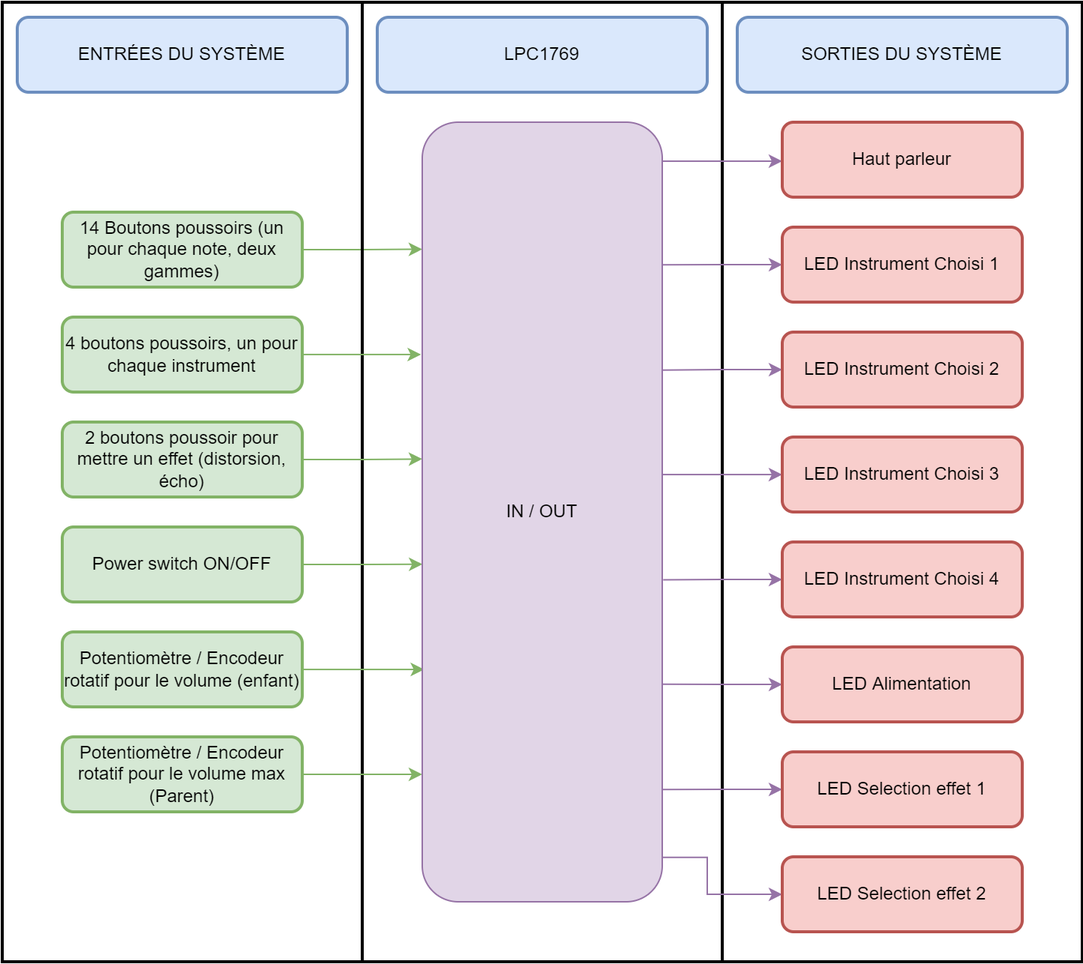
This is Schemas/Schema_Input_Out_v2.png from Ithoh/ProjetSynthe, a draw.io export, as it was before one commit. Source tidied: cells renumbered, new cells last; positions are measured from the earlier drawing's top-left corner, leaving out a move shared by most shapes.
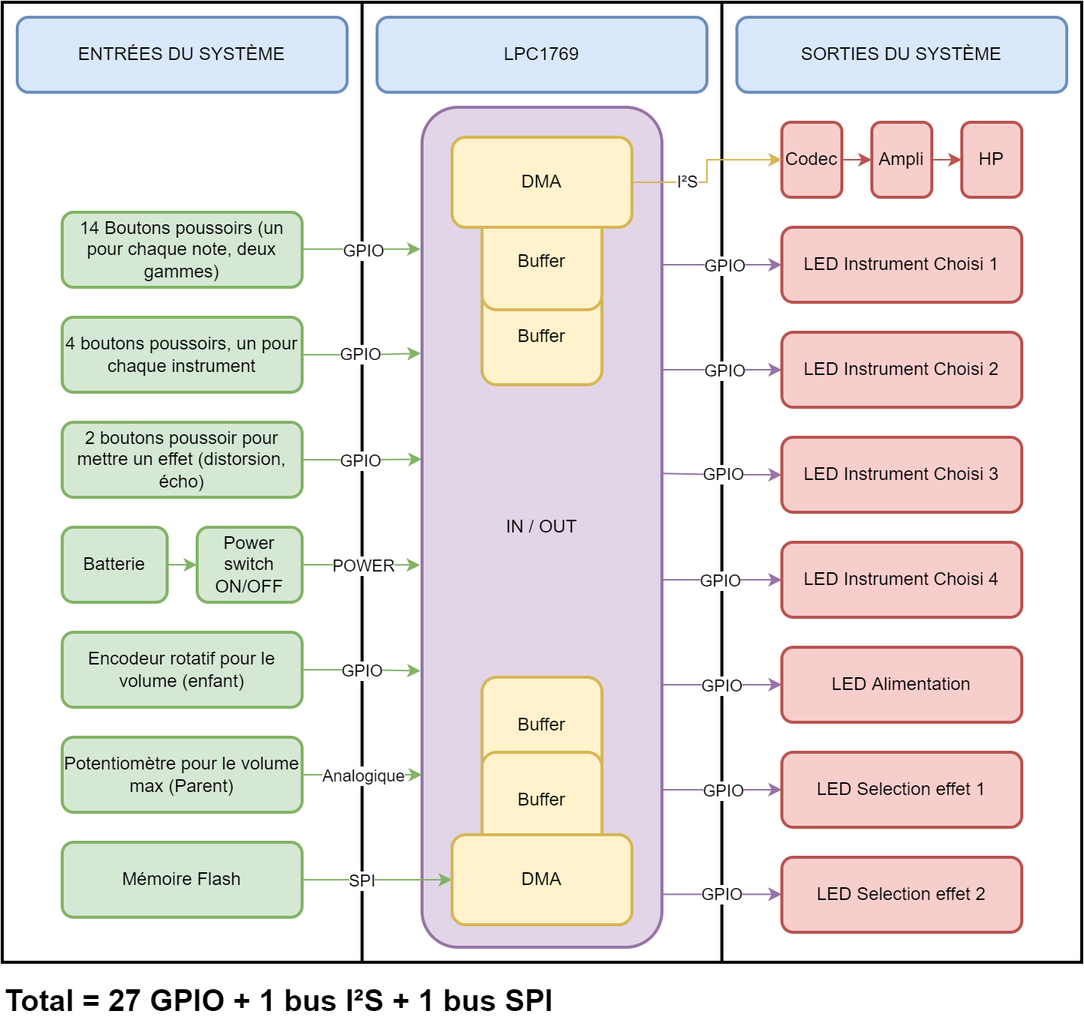
Later version of the same file.

What changed in the source:
```diff
@@ -16,4 +16,8 @@
     </mxCell>
-    <mxCell id="6" style="edgeStyle=orthogonalEdgeStyle;rounded=0;jettySize=auto;html=1;entryX=0;entryY=0.163;entryDx=0;entryDy=0;entryPerimeter=0;fillColor=#d5e8d4;strokeColor=#82b366;" parent="1" edge="1" source="7" target="36">
-      <mxGeometry relative="1" as="geometry" />
+    <mxCell id="6" style="edgeStyle=orthogonalEdgeStyle;rounded=0;jettySize=auto;html=1;entryX=0;entryY=0.169;entryDx=0;entryDy=0;entryPerimeter=0;startArrow=none;startFill=0;endArrow=classic;endFill=1;fillColor=#d5e8d4;strokeColor=#82b366;" parent="1" edge="1" source="7" target="36">
+      <mxGeometry relative="1" as="geometry">
+        <Array as="points">
+          <mxPoint x="279" y="165" />
+        </Array>
+      </mxGeometry>
     </mxCell>
@@ -25,5 +29,15 @@
     </mxCell>
+    <mxCell id="37" value="GPIO" style="edgeLabel;html=1;align=center;verticalAlign=middle;" parent="8" vertex="1">
+      <mxGeometry x="-0.53" y="-1" relative="1" as="geometry">
+        <mxPoint x="1" y="16" as="offset" />
+      </mxGeometry>
+    </mxCell>
-    <mxCell id="9" style="edgeStyle=orthogonalEdgeStyle;rounded=0;jettySize=auto;html=1;entryX=-0.005;entryY=0.298;entryDx=0;entryDy=0;entryPerimeter=0;fillColor=#d5e8d4;strokeColor=#82b366;" parent="1" edge="1" source="10" target="36">
+    <mxCell id="9" style="edgeStyle=orthogonalEdgeStyle;rounded=0;jettySize=auto;html=1;entryX=-0.005;entryY=0.293;entryDx=0;entryDy=0;entryPerimeter=0;startArrow=none;startFill=0;endArrow=classic;endFill=1;fillColor=#d5e8d4;strokeColor=#82b366;" parent="1" edge="1" source="10" target="36">
       <mxGeometry relative="1" as="geometry" />
     </mxCell>
+    <mxCell id="38" value="GPIO" style="edgeLabel;html=1;align=center;verticalAlign=middle;" parent="9" vertex="1">
+      <mxGeometry x="0.24" y="1" relative="1" as="geometry">
+        <mxPoint x="-10" y="1" as="offset" />
+      </mxGeometry>
+    </mxCell>
     <mxCell id="10" value="4 boutons poussoirs, un pour chaque instrument" style="rounded=1;whiteSpace=wrap;html=1;strokeColor=#82b366;strokeWidth=2;fillColor=#d5e8d4;" parent="1" vertex="1">
@@ -31,5 +45,10 @@
     </mxCell>
-    <mxCell id="11" style="edgeStyle=orthogonalEdgeStyle;rounded=0;jettySize=auto;html=1;entryX=0;entryY=0.432;entryDx=0;entryDy=0;entryPerimeter=0;fillColor=#d5e8d4;strokeColor=#82b366;" parent="1" edge="1" source="12" target="36">
+    <mxCell id="11" style="edgeStyle=orthogonalEdgeStyle;rounded=0;jettySize=auto;html=1;entryX=-0.001;entryY=0.419;entryDx=0;entryDy=0;entryPerimeter=0;startArrow=none;startFill=0;endArrow=classic;endFill=1;fillColor=#d5e8d4;strokeColor=#82b366;" parent="1" edge="1" source="12" target="36">
       <mxGeometry relative="1" as="geometry" />
     </mxCell>
+    <mxCell id="39" value="GPIO" style="edgeLabel;html=1;align=center;verticalAlign=middle;" parent="11" vertex="1">
+      <mxGeometry x="0.29" y="-2" relative="1" as="geometry">
+        <mxPoint x="-13" y="-1" as="offset" />
+      </mxGeometry>
+    </mxCell>
     <mxCell id="12" value="2 boutons poussoir pour mettre un effet (distorsion, écho)" style="rounded=1;whiteSpace=wrap;html=1;strokeColor=#82b366;strokeWidth=2;fillColor=#d5e8d4;" parent="1" vertex="1">
@@ -37,12 +56,25 @@
     </mxCell>
+    <mxCell id="40" style="edgeStyle=orthogonalEdgeStyle;rounded=0;jettySize=auto;html=1;fillColor=#d5e8d4;strokeColor=#82b366;startArrow=classic;startFill=1;endArrow=none;endFill=0;" parent="1" edge="1" source="14" target="60">
+      <mxGeometry relative="1" as="geometry" />
+    </mxCell>
-    <mxCell id="13" style="edgeStyle=orthogonalEdgeStyle;rounded=0;jettySize=auto;html=1;entryX=0.001;entryY=0.567;entryDx=0;entryDy=0;entryPerimeter=0;fillColor=#d5e8d4;strokeColor=#82b366;" parent="1" edge="1" source="14" target="36">
+    <mxCell id="13" style="edgeStyle=orthogonalEdgeStyle;rounded=0;jettySize=auto;html=1;entryX=-0.008;entryY=0.545;entryDx=0;entryDy=0;entryPerimeter=0;fillColor=#d5e8d4;strokeColor=#82b366;" parent="1" edge="1" source="14" target="36">
       <mxGeometry relative="1" as="geometry" />
     </mxCell>
+    <mxCell id="41" value="POWER" style="edgeLabel;html=1;align=center;verticalAlign=middle;" parent="13" vertex="1">
+      <mxGeometry x="0.31" y="2" relative="1" as="geometry">
+        <mxPoint x="-11" y="2" as="offset" />
+      </mxGeometry>
+    </mxCell>
     <mxCell id="14" value="Power switch ON/OFF" style="rounded=1;whiteSpace=wrap;html=1;strokeColor=#82b366;strokeWidth=2;fillColor=#d5e8d4;" parent="1" vertex="1">
-      <mxGeometry x="40" y="350" width="160" height="50" as="geometry" />
+      <mxGeometry x="130" y="350" width="70" height="50" as="geometry" />
     </mxCell>
-    <mxCell id="15" style="edgeStyle=orthogonalEdgeStyle;rounded=0;jettySize=auto;html=1;entryX=0.008;entryY=0.702;entryDx=0;entryDy=0;entryPerimeter=0;fillColor=#d5e8d4;strokeColor=#82b366;" parent="1" edge="1" source="16" target="36">
+    <mxCell id="15" style="edgeStyle=orthogonalEdgeStyle;rounded=0;jettySize=auto;html=1;entryX=-0.006;entryY=0.671;entryDx=0;entryDy=0;entryPerimeter=0;startArrow=none;startFill=0;endArrow=classic;endFill=1;fillColor=#d5e8d4;strokeColor=#82b366;" parent="1" edge="1" source="16" target="36">
       <mxGeometry relative="1" as="geometry" />
     </mxCell>
+    <mxCell id="42" value="GPIO" style="edgeLabel;html=1;align=center;verticalAlign=middle;" parent="15" vertex="1">
+      <mxGeometry x="-0.38" y="1" relative="1" as="geometry">
+        <mxPoint x="15" y="1" as="offset" />
+      </mxGeometry>
+    </mxCell>
-    <mxCell id="16" value="Potentiomètre / Encodeur rotatif pour le volume (enfant)" style="rounded=1;whiteSpace=wrap;html=1;strokeColor=#82b366;strokeWidth=2;fillColor=#d5e8d4;" parent="1" vertex="1">
+    <mxCell id="16" value="Encodeur rotatif pour le volume (enfant)" style="rounded=1;whiteSpace=wrap;html=1;strokeColor=#82b366;strokeWidth=2;fillColor=#d5e8d4;" parent="1" vertex="1">
       <mxGeometry x="40" y="420" width="160" height="50" as="geometry" />
@@ -54,19 +86,22 @@
     </mxCell>
+    <mxCell id="43" value="Analogique" style="edgeLabel;html=1;align=center;verticalAlign=middle;" parent="17" vertex="1">
+      <mxGeometry x="0.38" y="3" relative="1" as="geometry">
+        <mxPoint x="-15" y="3" as="offset" />
+      </mxGeometry>
+    </mxCell>
-    <mxCell id="18" value="Potentiomètre / Encodeur rotatif pour le volume max (Parent)" style="rounded=1;whiteSpace=wrap;html=1;strokeColor=#82b366;strokeWidth=2;fillColor=#d5e8d4;" parent="1" vertex="1">
+    <mxCell id="18" value="Potentiomètre pour le volume max (Parent)" style="rounded=1;whiteSpace=wrap;html=1;strokeColor=#82b366;strokeWidth=2;fillColor=#d5e8d4;" parent="1" vertex="1">
       <mxGeometry x="40" y="490" width="160" height="50" as="geometry" />
     </mxCell>
-    <mxCell id="19" style="edgeStyle=orthogonalEdgeStyle;rounded=0;jettySize=auto;html=1;entryX=0.997;entryY=0.05;entryDx=0;entryDy=0;entryPerimeter=0;fillColor=#e1d5e7;strokeColor=#9673a6;startArrow=classic;startFill=1;endArrow=none;endFill=0;" parent="1" edge="1" source="20" target="36">
-      <mxGeometry relative="1" as="geometry">
-        <Array as="points">
-          <mxPoint x="500" y="106" />
-          <mxPoint x="500" y="106" />
-        </Array>
-      </mxGeometry>
-    </mxCell>
-    <mxCell id="20" value="Haut parleur" style="rounded=1;whiteSpace=wrap;html=1;strokeColor=#b85450;strokeWidth=2;fillColor=#f8cecc;" parent="1" vertex="1">
-      <mxGeometry x="520" y="80" width="160" height="50" as="geometry" />
-    </mxCell>
     <mxCell id="21" style="edgeStyle=orthogonalEdgeStyle;rounded=0;jettySize=auto;html=1;entryX=0.998;entryY=0.183;entryDx=0;entryDy=0;entryPerimeter=0;startArrow=classic;startFill=1;endArrow=none;endFill=0;fillColor=#e1d5e7;strokeColor=#9673a6;" parent="1" edge="1" source="22" target="36">
-      <mxGeometry relative="1" as="geometry" />
+      <mxGeometry relative="1" as="geometry">
+        <Array as="points">
+          <mxPoint x="440" y="175" />
+        </Array>
+      </mxGeometry>
     </mxCell>
+    <mxCell id="44" value="GPIO" style="edgeLabel;html=1;align=center;verticalAlign=middle;" parent="21" vertex="1">
+      <mxGeometry x="-0.32" relative="1" as="geometry">
+        <mxPoint x="-10" as="offset" />
+      </mxGeometry>
+    </mxCell>
     <mxCell id="22" value="LED Instrument Choisi 1" style="rounded=1;whiteSpace=wrap;html=1;strokeColor=#b85450;strokeWidth=2;fillColor=#f8cecc;" parent="1" vertex="1">
@@ -74,5 +109,10 @@
     </mxCell>
-    <mxCell id="23" style="edgeStyle=orthogonalEdgeStyle;rounded=0;jettySize=auto;html=1;entryX=1.002;entryY=0.452;entryDx=0;entryDy=0;entryPerimeter=0;startArrow=classic;startFill=1;endArrow=none;endFill=0;fillColor=#e1d5e7;strokeColor=#9673a6;" parent="1" edge="1" source="24" target="36">
+    <mxCell id="23" style="edgeStyle=orthogonalEdgeStyle;rounded=0;jettySize=auto;html=1;entryX=1.002;entryY=0.436;entryDx=0;entryDy=0;entryPerimeter=0;startArrow=classic;startFill=1;endArrow=none;endFill=0;fillColor=#e1d5e7;strokeColor=#9673a6;" parent="1" edge="1" source="24" target="36">
       <mxGeometry relative="1" as="geometry" />
     </mxCell>
+    <mxCell id="45" value="GPIO" style="edgeLabel;html=1;align=center;verticalAlign=middle;" parent="23" vertex="1">
+      <mxGeometry x="0.25" relative="1" as="geometry">
+        <mxPoint x="10" as="offset" />
+      </mxGeometry>
+    </mxCell>
     <mxCell id="24" value="LED Instrument Choisi 3" style="rounded=1;whiteSpace=wrap;html=1;strokeColor=#b85450;strokeWidth=2;fillColor=#f8cecc;" parent="1" vertex="1">
@@ -81,4 +121,13 @@
     <mxCell id="25" style="edgeStyle=orthogonalEdgeStyle;rounded=0;jettySize=auto;html=1;entryX=0.993;entryY=0.318;entryDx=0;entryDy=0;entryPerimeter=0;startArrow=classic;startFill=1;endArrow=none;endFill=0;fillColor=#e1d5e7;strokeColor=#9673a6;" parent="1" edge="1" source="26" target="36">
-      <mxGeometry relative="1" as="geometry" />
+      <mxGeometry relative="1" as="geometry">
+        <Array as="points">
+          <mxPoint x="439" y="245" />
+        </Array>
+      </mxGeometry>
     </mxCell>
+    <mxCell id="46" value="GPIO" style="edgeLabel;html=1;align=center;verticalAlign=middle;" parent="25" vertex="1">
+      <mxGeometry x="-0.48" y="-2" relative="1" as="geometry">
+        <mxPoint x="-16" y="2" as="offset" />
+      </mxGeometry>
+    </mxCell>
     <mxCell id="26" value="LED Instrument Choisi 2" style="rounded=1;whiteSpace=wrap;html=1;strokeColor=#b85450;strokeWidth=2;fillColor=#f8cecc;" parent="1" vertex="1">
@@ -86,5 +135,14 @@
     </mxCell>
-    <mxCell id="27" style="edgeStyle=orthogonalEdgeStyle;rounded=0;jettySize=auto;html=1;entryX=1.004;entryY=0.587;entryDx=0;entryDy=0;entryPerimeter=0;startArrow=classic;startFill=1;endArrow=none;endFill=0;fillColor=#e1d5e7;strokeColor=#9673a6;" parent="1" edge="1" source="28" target="36">
-      <mxGeometry relative="1" as="geometry" />
+    <mxCell id="27" style="edgeStyle=orthogonalEdgeStyle;rounded=0;jettySize=auto;html=1;entryX=1.003;entryY=0.554;entryDx=0;entryDy=0;entryPerimeter=0;startArrow=classic;startFill=1;endArrow=none;endFill=0;fillColor=#e1d5e7;strokeColor=#9673a6;" parent="1" edge="1" source="28" target="36">
+      <mxGeometry relative="1" as="geometry">
+        <Array as="points">
+          <mxPoint x="440" y="385" />
+        </Array>
+      </mxGeometry>
     </mxCell>
+    <mxCell id="47" value="GPIO" style="edgeLabel;html=1;align=center;verticalAlign=middle;" parent="27" vertex="1">
+      <mxGeometry x="-0.31" relative="1" as="geometry">
+        <mxPoint x="-12" as="offset" />
+      </mxGeometry>
+    </mxCell>
     <mxCell id="28" value="LED Instrument Choisi 4" style="rounded=1;whiteSpace=wrap;html=1;strokeColor=#b85450;strokeWidth=2;fillColor=#f8cecc;" parent="1" vertex="1">
@@ -93,4 +151,13 @@
     <mxCell id="29" style="edgeStyle=orthogonalEdgeStyle;rounded=0;jettySize=auto;html=1;entryX=0.993;entryY=0.856;entryDx=0;entryDy=0;entryPerimeter=0;startArrow=classic;startFill=1;endArrow=none;endFill=0;fillColor=#e1d5e7;strokeColor=#9673a6;" parent="1" edge="1" source="30" target="36">
-      <mxGeometry relative="1" as="geometry" />
+      <mxGeometry relative="1" as="geometry">
+        <Array as="points">
+          <mxPoint x="439" y="525" />
+        </Array>
+      </mxGeometry>
     </mxCell>
+    <mxCell id="48" value="GPIO" style="edgeLabel;html=1;align=center;verticalAlign=middle;" parent="29" vertex="1">
+      <mxGeometry x="-0.42" y="-1" relative="1" as="geometry">
+        <mxPoint x="-9" y="1" as="offset" />
+      </mxGeometry>
+    </mxCell>
     <mxCell id="30" value="LED Selection effet 1" style="rounded=1;whiteSpace=wrap;html=1;strokeColor=#b85450;strokeWidth=2;fillColor=#f8cecc;" parent="1" vertex="1">
@@ -98,5 +165,14 @@
     </mxCell>
-    <mxCell id="31" style="edgeStyle=orthogonalEdgeStyle;rounded=0;jettySize=auto;html=1;entryX=1.003;entryY=0.721;entryDx=0;entryDy=0;entryPerimeter=0;startArrow=classic;startFill=1;endArrow=none;endFill=0;fillColor=#e1d5e7;strokeColor=#9673a6;" parent="1" edge="1" source="32" target="36">
-      <mxGeometry relative="1" as="geometry" />
+    <mxCell id="31" style="edgeStyle=orthogonalEdgeStyle;rounded=0;jettySize=auto;html=1;entryX=1.003;entryY=0.684;entryDx=0;entryDy=0;entryPerimeter=0;startArrow=classic;startFill=1;endArrow=none;endFill=0;fillColor=#e1d5e7;strokeColor=#9673a6;" parent="1" edge="1" source="32" target="36">
+      <mxGeometry relative="1" as="geometry">
+        <Array as="points">
+          <mxPoint x="441" y="455" />
+        </Array>
+      </mxGeometry>
     </mxCell>
+    <mxCell id="49" value="GPIO" style="edgeLabel;html=1;align=center;verticalAlign=middle;" parent="31" vertex="1">
+      <mxGeometry x="-0.25" y="1" relative="1" as="geometry">
+        <mxPoint x="-10" y="-1" as="offset" />
+      </mxGeometry>
+    </mxCell>
     <mxCell id="32" value="LED Alimentation" style="rounded=1;whiteSpace=wrap;html=1;strokeColor=#b85450;strokeWidth=2;fillColor=#f8cecc;" parent="1" vertex="1">
@@ -104,7 +180,6 @@
     </mxCell>
-    <mxCell id="33" style="edgeStyle=orthogonalEdgeStyle;rounded=0;jettySize=auto;html=1;entryX=1.002;entryY=0.943;entryDx=0;entryDy=0;entryPerimeter=0;startArrow=classic;startFill=1;endArrow=none;endFill=0;fillColor=#e1d5e7;strokeColor=#9673a6;" parent="1" edge="1" source="34" target="36">
+    <mxCell id="33" style="edgeStyle=orthogonalEdgeStyle;rounded=0;jettySize=auto;html=1;entryX=1.001;entryY=0.937;entryDx=0;entryDy=0;entryPerimeter=0;fillColor=#e1d5e7;strokeColor=#9673a6;startArrow=classic;startFill=1;endArrow=none;endFill=0;" parent="1" edge="1" source="34" target="36">
       <mxGeometry relative="1" as="geometry">
         <Array as="points">
-          <mxPoint x="470" y="595" />
-          <mxPoint x="470" y="570" />
+          <mxPoint x="440" y="595" />
         </Array>
@@ -112,2 +187,7 @@
     </mxCell>
+    <mxCell id="50" value="GPIO" style="edgeLabel;html=1;align=center;verticalAlign=middle;" parent="33" vertex="1">
+      <mxGeometry x="-0.24" relative="1" as="geometry">
+        <mxPoint x="-10" as="offset" />
+      </mxGeometry>
+    </mxCell>
     <mxCell id="34" value="LED Selection effet 2" style="rounded=1;whiteSpace=wrap;html=1;strokeColor=#b85450;strokeWidth=2;fillColor=#f8cecc;" parent="1" vertex="1">
@@ -118,5 +198,61 @@
     </mxCell>
-    <mxCell id="36" value="IN / OUT" style="rounded=1;whiteSpace=wrap;html=1;fillColor=#e1d5e7;strokeColor=#9673a6;" parent="1" vertex="1">
-      <mxGeometry x="280" y="80" width="160" height="520" as="geometry" />
+    <mxCell id="36" value="IN / OUT" style="rounded=1;whiteSpace=wrap;html=1;fillColor=#e1d5e7;strokeColor=#9673a6;strokeWidth=2;" parent="1" vertex="1">
+      <mxGeometry x="280" y="70" width="160" height="560" as="geometry" />
     </mxCell>
+    <mxCell id="51" style="edgeStyle=orthogonalEdgeStyle;rounded=0;jettySize=auto;html=1;entryX=0;entryY=0.5;entryDx=0;entryDy=0;startArrow=none;startFill=0;endArrow=classic;endFill=1;fillColor=#f8cecc;strokeColor=#b85450;" parent="1" edge="1" source="52" target="54">
+      <mxGeometry relative="1" as="geometry" />
+    </mxCell>
+    <mxCell id="52" value="Codec" style="rounded=1;whiteSpace=wrap;html=1;fillColor=#f8cecc;strokeColor=#b85450;strokeWidth=2;" parent="1" vertex="1">
+      <mxGeometry x="520" y="80" width="40" height="50" as="geometry" />
+    </mxCell>
+    <mxCell id="53" style="edgeStyle=orthogonalEdgeStyle;rounded=0;jettySize=auto;html=1;entryX=0;entryY=0.5;entryDx=0;entryDy=0;startArrow=none;startFill=0;endArrow=classic;endFill=1;fillColor=#f8cecc;strokeColor=#b85450;" parent="1" edge="1" source="54" target="55">
+      <mxGeometry relative="1" as="geometry" />
+    </mxCell>
+    <mxCell id="54" value="Ampli" style="rounded=1;whiteSpace=wrap;html=1;fillColor=#f8cecc;strokeColor=#b85450;strokeWidth=2;" parent="1" vertex="1">
+      <mxGeometry x="580" y="80" width="40" height="50" as="geometry" />
+    </mxCell>
+    <mxCell id="55" value="HP" style="rounded=1;whiteSpace=wrap;html=1;fillColor=#f8cecc;strokeColor=#b85450;strokeWidth=2;" parent="1" vertex="1">
+      <mxGeometry x="640" y="80" width="40" height="50" as="geometry" />
+    </mxCell>
+    <mxCell id="56" value="&lt;font size=&quot;1&quot;&gt;&lt;b style=&quot;font-size: 20px&quot;&gt;Total = 27 GPIO + 1 bus I²S + 1 bus SPI&lt;/b&gt;&lt;/font&gt;" style="text;html=1;strokeColor=none;fillColor=none;align=left;verticalAlign=middle;whiteSpace=wrap;rounded=0;" parent="1" vertex="1">
+      <mxGeometry y="650" width="370" height="30" as="geometry" />
+    </mxCell>
+    <mxCell id="57" style="edgeStyle=orthogonalEdgeStyle;rounded=0;jettySize=auto;html=1;entryX=0;entryY=0.5;entryDx=0;entryDy=0;fillColor=#d5e8d4;strokeColor=#82b366;" parent="1" edge="1" source="59" target="65">
+      <mxGeometry relative="1" as="geometry" />
+    </mxCell>
+    <mxCell id="58" value="SPI" style="edgeLabel;html=1;align=center;verticalAlign=middle;" parent="57" vertex="1">
+      <mxGeometry x="0.29" relative="1" as="geometry">
+        <mxPoint x="-25" as="offset" />
+      </mxGeometry>
+    </mxCell>
+    <mxCell id="59" value="Mémoire Flash" style="rounded=1;whiteSpace=wrap;html=1;strokeColor=#82b366;strokeWidth=2;fillColor=#d5e8d4;" parent="1" vertex="1">
+      <mxGeometry x="40" y="560" width="160" height="50" as="geometry" />
+    </mxCell>
+    <mxCell id="60" value="Batterie" style="rounded=1;whiteSpace=wrap;html=1;strokeColor=#82b366;strokeWidth=2;fillColor=#d5e8d4;" parent="1" vertex="1">
+      <mxGeometry x="40" y="350" width="70" height="50" as="geometry" />
+    </mxCell>
+    <mxCell id="61" style="edgeStyle=orthogonalEdgeStyle;rounded=0;jettySize=auto;html=1;entryX=0;entryY=0.5;entryDx=0;entryDy=0;fillColor=#fff2cc;strokeColor=#d6b656;" parent="1" edge="1" source="68" target="52">
+      <mxGeometry relative="1" as="geometry" />
+    </mxCell>
+    <mxCell id="62" value="I²S" style="edgeLabel;html=1;align=center;verticalAlign=middle;" parent="61" vertex="1">
+      <mxGeometry x="-0.36" y="1" relative="1" as="geometry" />
+    </mxCell>
+    <mxCell id="63" value="Buffer" style="rounded=1;whiteSpace=wrap;html=1;strokeWidth=2;fillColor=#fff2cc;strokeColor=#d6b656;" parent="1" vertex="1">
+      <mxGeometry x="320" y="450" width="80" height="65" as="geometry" />
+    </mxCell>
+    <mxCell id="64" value="Buffer" style="rounded=1;whiteSpace=wrap;html=1;strokeWidth=2;fillColor=#fff2cc;strokeColor=#d6b656;" parent="1" vertex="1">
+      <mxGeometry x="320" y="500" width="80" height="65" as="geometry" />
+    </mxCell>
+    <mxCell id="65" value="DMA" style="rounded=1;whiteSpace=wrap;html=1;fillColor=#fff2cc;strokeColor=#d6b656;strokeWidth=2;" parent="1" vertex="1">
+      <mxGeometry x="300" y="555" width="120" height="60" as="geometry" />
+    </mxCell>
+    <mxCell id="66" value="Buffer" style="rounded=1;whiteSpace=wrap;html=1;strokeWidth=2;fillColor=#fff2cc;strokeColor=#d6b656;" parent="1" vertex="1">
+      <mxGeometry x="320" y="190" width="80" height="65" as="geometry" />
+    </mxCell>
+    <mxCell id="67" value="Buffer" style="rounded=1;whiteSpace=wrap;html=1;strokeWidth=2;fillColor=#fff2cc;strokeColor=#d6b656;" parent="1" vertex="1">
+      <mxGeometry x="320" y="140" width="80" height="65" as="geometry" />
+    </mxCell>
+    <mxCell id="68" value="DMA" style="rounded=1;whiteSpace=wrap;html=1;fillColor=#fff2cc;strokeColor=#d6b656;strokeWidth=2;" parent="1" vertex="1">
+      <mxGeometry x="300" y="90" width="120" height="60" as="geometry" />
+    </mxCell>
   </root>
```
